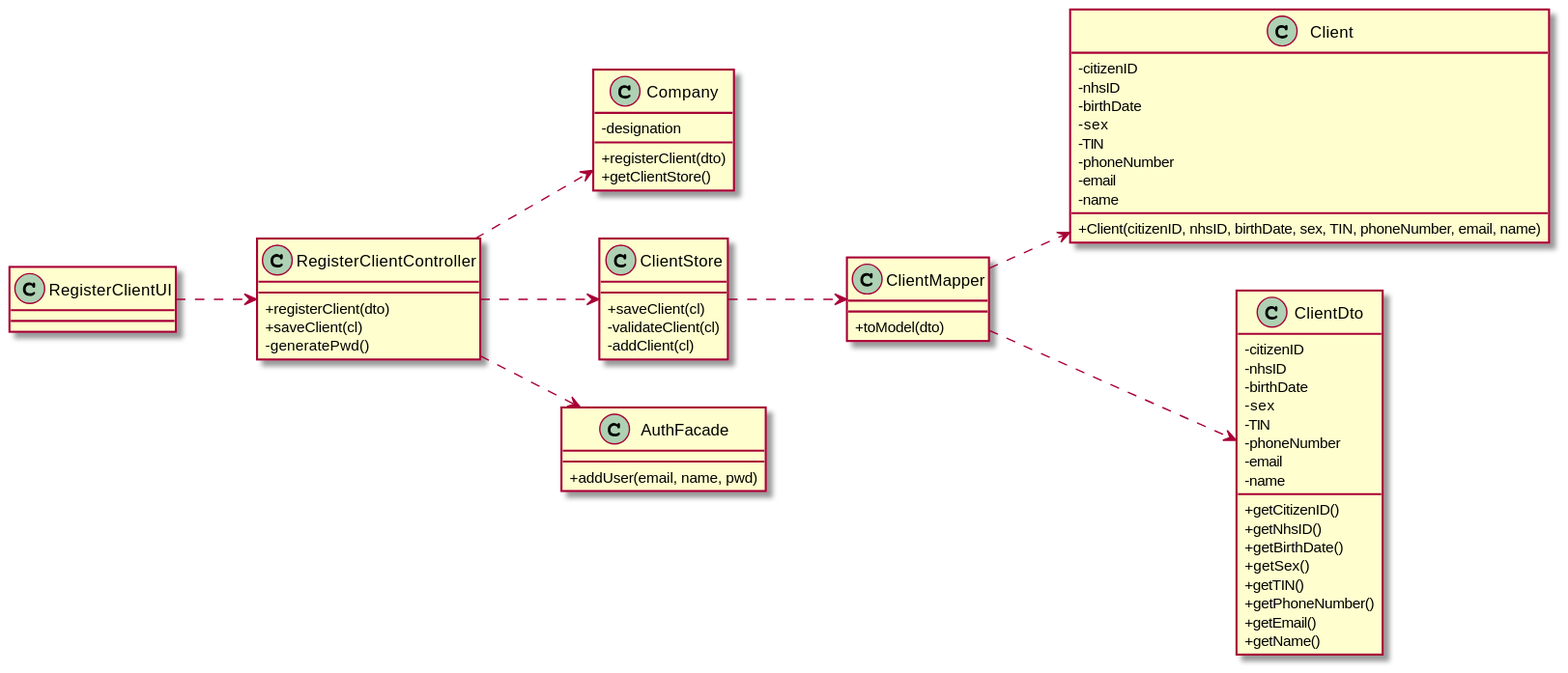
Before: docs/SprintB/US03/US03-CD.svg, a diagram exported from PlantUML (0franciscor/lei-21-s2-1de-g19).
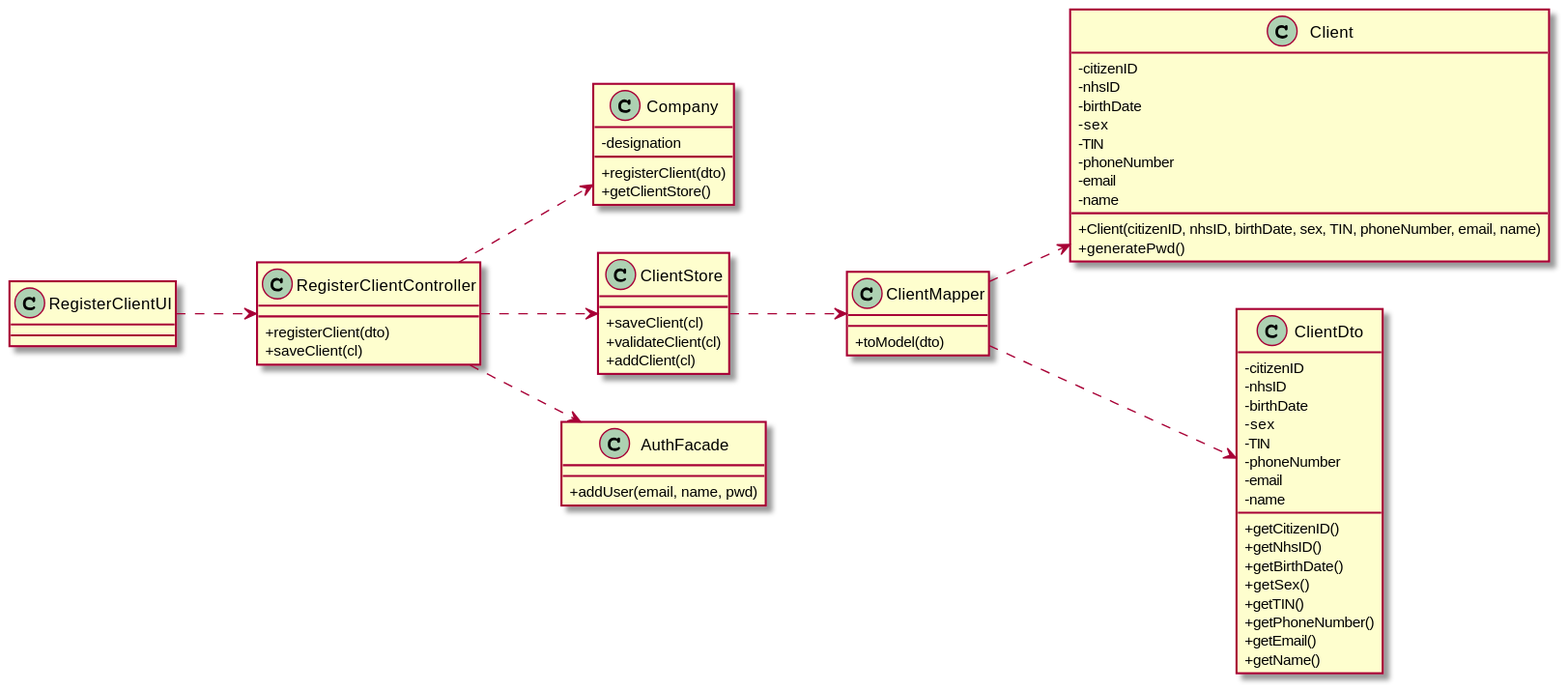
Later version of the same file.

Diff of the diagram source:
```diff
@@ -13,11 +13,11 @@
 -email
 -name
 +Client(citizenID, nhsID, birthDate, sex, TIN, phoneNumber, email, name)
++generatePwd()
 }
 class "RegisterClientController" as RCC {
 +registerClient(dto)
 +saveClient(cl)
--generatePwd()
 }
 
 class "Company" as C {
@@ -30,8 +30,8 @@
 
 class "ClientStore" as CS {
 +saveClient(cl)
--validateClient(cl)
--addClient(cl)
++validateClient(cl)
++addClient(cl)
 }
 
 class "AuthFacade" as AF {
```
